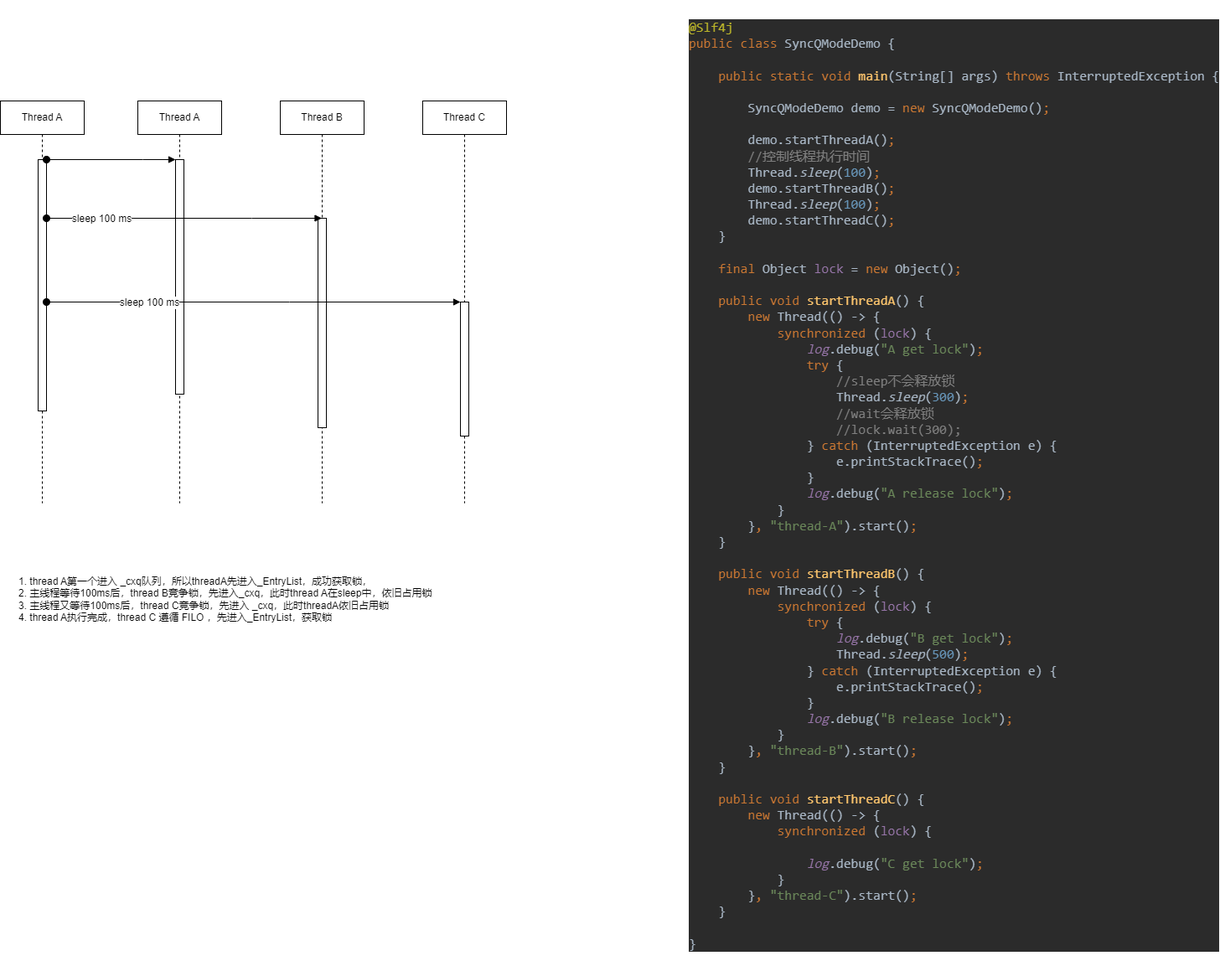
dearliwenhui/mydraw keeps this draw.io diagram as java/juc/synchronize执行优先级.drawio.png. Above is the earlier version. Source tidied: cells renumbered, new cells last; positions are measured from the earlier drawing's top-left corner, leaving out a move shared by most shapes.
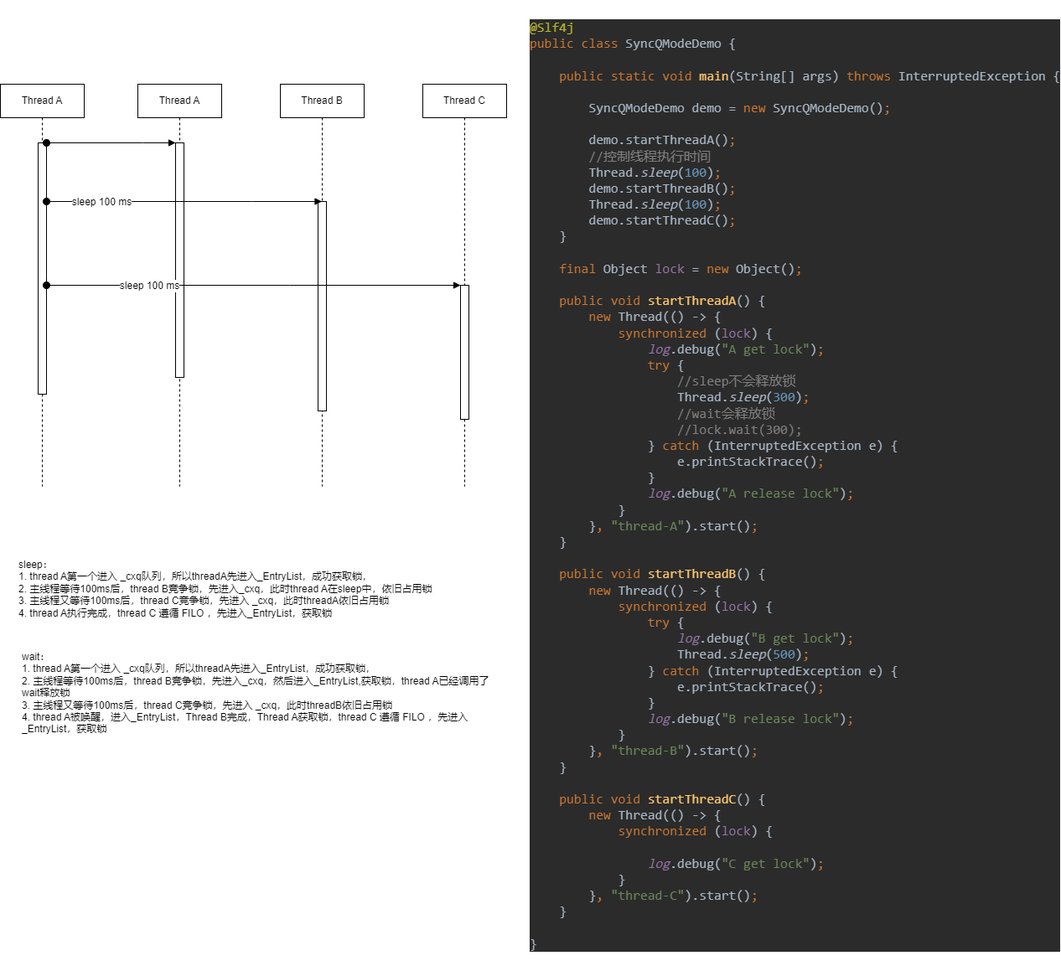
The same file after the commit.

Commit message:
更新synchronize执行优先级.drawio.png

What changed in the source:
```diff
@@ -21,7 +21,7 @@
       <mxGeometry x="45" y="240" width="10" height="160" as="geometry" />
     </mxCell>
     <mxCell id="8" value="&lt;pre style=&quot;background-color:#2b2b2b;color:#a9b7c6;font-family:'Microsoft YaHei Mono',monospace;font-size:12.0pt;&quot;&gt;&lt;span style=&quot;color:#bbb529;&quot;&gt;@Slf4j&lt;br&gt;&lt;/span&gt;&lt;span style=&quot;color:#cc7832;&quot;&gt;public class &lt;/span&gt;SyncQModeDemo {&lt;br&gt;&lt;br&gt;    &lt;span style=&quot;color:#cc7832;&quot;&gt;public static void &lt;/span&gt;&lt;span style=&quot;color:#ffc66d;&quot;&gt;main&lt;/span&gt;(String[] args) &lt;span style=&quot;color:#cc7832;&quot;&gt;throws &lt;/span&gt;InterruptedException {&lt;br&gt;&lt;br&gt;        SyncQModeDemo demo = &lt;span style=&quot;color:#cc7832;&quot;&gt;new &lt;/span&gt;SyncQModeDemo()&lt;span style=&quot;color:#cc7832;&quot;&gt;;&lt;br&gt;&lt;/span&gt;&lt;span style=&quot;color:#cc7832;&quot;&gt;&lt;br&gt;&lt;/span&gt;&lt;span style=&quot;color:#cc7832;&quot;&gt;        &lt;/span&gt;demo.startThreadA()&lt;span style=&quot;color:#cc7832;&quot;&gt;;&lt;br&gt;&lt;/span&gt;&lt;span style=&quot;color:#cc7832;&quot;&gt;        &lt;/span&gt;&lt;span style=&quot;color:#808080;&quot;&gt;//控制线程执行时间&lt;br&gt;&lt;/span&gt;&lt;span style=&quot;color:#808080;&quot;&gt;        &lt;/span&gt;Thread.&lt;span style=&quot;font-style:italic;&quot;&gt;sleep&lt;/span&gt;(&lt;span style=&quot;color:#6897bb;&quot;&gt;100&lt;/span&gt;)&lt;span style=&quot;color:#cc7832;&quot;&gt;;&lt;br&gt;&lt;/span&gt;&lt;span style=&quot;color:#cc7832;&quot;&gt;        &lt;/span&gt;demo.startThreadB()&lt;span style=&quot;color:#cc7832;&quot;&gt;;&lt;br&gt;&lt;/span&gt;&lt;span style=&quot;color:#cc7832;&quot;&gt;        &lt;/span&gt;Thread.&lt;span style=&quot;font-style:italic;&quot;&gt;sleep&lt;/span&gt;(&lt;span style=&quot;color:#6897bb;&quot;&gt;100&lt;/span&gt;)&lt;span style=&quot;color:#cc7832;&quot;&gt;;&lt;br&gt;&lt;/span&gt;&lt;span style=&quot;color:#cc7832;&quot;&gt;        &lt;/span&gt;demo.startThreadC()&lt;span style=&quot;color:#cc7832;&quot;&gt;;&lt;br&gt;&lt;/span&gt;&lt;span style=&quot;color:#cc7832;&quot;&gt;    &lt;/span&gt;}&lt;br&gt;&lt;br&gt;    &lt;span style=&quot;color:#cc7832;&quot;&gt;final &lt;/span&gt;Object &lt;span style=&quot;color:#9876aa;&quot;&gt;lock &lt;/span&gt;= &lt;span style=&quot;color:#cc7832;&quot;&gt;new &lt;/span&gt;Object()&lt;span style=&quot;color:#cc7832;&quot;&gt;;&lt;br&gt;&lt;/span&gt;&lt;span style=&quot;color:#cc7832;&quot;&gt;&lt;br&gt;&lt;/span&gt;&lt;span style=&quot;color:#cc7832;&quot;&gt;    public void &lt;/span&gt;&lt;span style=&quot;color:#ffc66d;&quot;&gt;startThreadA&lt;/span&gt;() {&lt;br&gt;        &lt;span style=&quot;color:#cc7832;&quot;&gt;new &lt;/span&gt;Thread(() -&amp;gt; {&lt;br&gt;            &lt;span style=&quot;color:#cc7832;&quot;&gt;synchronized &lt;/span&gt;(&lt;span style=&quot;color:#9876aa;&quot;&gt;lock&lt;/span&gt;) {&lt;br&gt;                &lt;span style=&quot;color:#9876aa;font-style:italic;&quot;&gt;log&lt;/span&gt;.debug(&lt;span style=&quot;color:#6a8759;&quot;&gt;&quot;A get lock&quot;&lt;/span&gt;)&lt;span style=&quot;color:#cc7832;&quot;&gt;;&lt;br&gt;&lt;/span&gt;&lt;span style=&quot;color:#cc7832;&quot;&gt;                try &lt;/span&gt;{&lt;br&gt;                    &lt;span style=&quot;color:#808080;&quot;&gt;//sleep不会释放锁&lt;br&gt;&lt;/span&gt;&lt;span style=&quot;color:#808080;&quot;&gt;                    &lt;/span&gt;Thread.&lt;span style=&quot;font-style:italic;&quot;&gt;sleep&lt;/span&gt;(&lt;span style=&quot;color:#6897bb;&quot;&gt;300&lt;/span&gt;)&lt;span style=&quot;color:#cc7832;&quot;&gt;;&lt;br&gt;&lt;/span&gt;&lt;span style=&quot;color:#cc7832;&quot;&gt;                    &lt;/span&gt;&lt;span style=&quot;color:#808080;&quot;&gt;//wait会释放锁&lt;br&gt;&lt;/span&gt;&lt;span style=&quot;color:#808080;&quot;&gt;                    //lock.wait(300);&lt;br&gt;&lt;/span&gt;&lt;span style=&quot;color:#808080;&quot;&gt;                &lt;/span&gt;} &lt;span style=&quot;color:#cc7832;&quot;&gt;catch &lt;/span&gt;(InterruptedException e) {&lt;br&gt;                    e.printStackTrace()&lt;span style=&quot;color:#cc7832;&quot;&gt;;&lt;br&gt;&lt;/span&gt;&lt;span style=&quot;color:#cc7832;&quot;&gt;                &lt;/span&gt;}&lt;br&gt;                &lt;span style=&quot;color:#9876aa;font-style:italic;&quot;&gt;log&lt;/span&gt;.debug(&lt;span style=&quot;color:#6a8759;&quot;&gt;&quot;A release lock&quot;&lt;/span&gt;)&lt;span style=&quot;color:#cc7832;&quot;&gt;;&lt;br&gt;&lt;/span&gt;&lt;span style=&quot;color:#cc7832;&quot;&gt;            &lt;/span&gt;}&lt;br&gt;        }&lt;span style=&quot;color:#cc7832;&quot;&gt;, &lt;/span&gt;&lt;span style=&quot;color:#6a8759;&quot;&gt;&quot;thread-A&quot;&lt;/span&gt;).start()&lt;span style=&quot;color:#cc7832;&quot;&gt;;&lt;br&gt;&lt;/span&gt;&lt;span style=&quot;color:#cc7832;&quot;&gt;    &lt;/span&gt;}&lt;br&gt;&lt;br&gt;    &lt;span style=&quot;color:#cc7832;&quot;&gt;public void &lt;/span&gt;&lt;span style=&quot;color:#ffc66d;&quot;&gt;startThreadB&lt;/span&gt;() {&lt;br&gt;        &lt;span style=&quot;color:#cc7832;&quot;&gt;new &lt;/span&gt;Thread(() -&amp;gt; {&lt;br&gt;            &lt;span style=&quot;color:#cc7832;&quot;&gt;synchronized &lt;/span&gt;(&lt;span style=&quot;color:#9876aa;&quot;&gt;lock&lt;/span&gt;) {&lt;br&gt;                &lt;span style=&quot;color:#cc7832;&quot;&gt;try &lt;/span&gt;{&lt;br&gt;                    &lt;span style=&quot;color:#9876aa;font-style:italic;&quot;&gt;log&lt;/span&gt;.debug(&lt;span style=&quot;color:#6a8759;&quot;&gt;&quot;B get lock&quot;&lt;/span&gt;)&lt;span style=&quot;color:#cc7832;&quot;&gt;;&lt;br&gt;&lt;/span&gt;&lt;span style=&quot;color:#cc7832;&quot;&gt;                    &lt;/span&gt;Thread.&lt;span style=&quot;font-style:italic;&quot;&gt;sleep&lt;/span&gt;(&lt;span style=&quot;color:#6897bb;&quot;&gt;500&lt;/span&gt;)&lt;span style=&quot;color:#cc7832;&quot;&gt;;&lt;br&gt;&lt;/span&gt;&lt;span style=&quot;color:#cc7832;&quot;&gt;                &lt;/span&gt;} &lt;span style=&quot;color:#cc7832;&quot;&gt;catch &lt;/span&gt;(InterruptedException e) {&lt;br&gt;                    e.printStackTrace()&lt;span style=&quot;color:#cc7832;&quot;&gt;;&lt;br&gt;&lt;/span&gt;&lt;span style=&quot;color:#cc7832;&quot;&gt;                &lt;/span&gt;}&lt;br&gt;                &lt;span style=&quot;color:#9876aa;font-style:italic;&quot;&gt;log&lt;/span&gt;.debug(&lt;span style=&quot;color:#6a8759;&quot;&gt;&quot;B release lock&quot;&lt;/span&gt;)&lt;span style=&quot;color:#cc7832;&quot;&gt;;&lt;br&gt;&lt;/span&gt;&lt;span style=&quot;color:#cc7832;&quot;&gt;            &lt;/span&gt;}&lt;br&gt;        }&lt;span style=&quot;color:#cc7832;&quot;&gt;, &lt;/span&gt;&lt;span style=&quot;color:#6a8759;&quot;&gt;&quot;thread-B&quot;&lt;/span&gt;).start()&lt;span style=&quot;color:#cc7832;&quot;&gt;;&lt;br&gt;&lt;/span&gt;&lt;span style=&quot;color:#cc7832;&quot;&gt;    &lt;/span&gt;}&lt;br&gt;&lt;br&gt;    &lt;span style=&quot;color:#cc7832;&quot;&gt;public void &lt;/span&gt;&lt;span style=&quot;color:#ffc66d;&quot;&gt;startThreadC&lt;/span&gt;() {&lt;br&gt;        &lt;span style=&quot;color:#cc7832;&quot;&gt;new &lt;/span&gt;Thread(() -&amp;gt; {&lt;br&gt;            &lt;span style=&quot;color:#cc7832;&quot;&gt;synchronized &lt;/span&gt;(&lt;span style=&quot;color:#9876aa;&quot;&gt;lock&lt;/span&gt;) {&lt;br&gt;&lt;br&gt;                &lt;span style=&quot;color:#9876aa;font-style:italic;&quot;&gt;log&lt;/span&gt;.debug(&lt;span style=&quot;color:#6a8759;&quot;&gt;&quot;C get lock&quot;&lt;/span&gt;)&lt;span style=&quot;color:#cc7832;&quot;&gt;;&lt;br&gt;&lt;/span&gt;&lt;span style=&quot;color:#cc7832;&quot;&gt;            &lt;/span&gt;}&lt;br&gt;        }&lt;span style=&quot;color:#cc7832;&quot;&gt;, &lt;/span&gt;&lt;span style=&quot;color:#6a8759;&quot;&gt;&quot;thread-C&quot;&lt;/span&gt;).start()&lt;span style=&quot;color:#cc7832;&quot;&gt;;&lt;br&gt;&lt;/span&gt;&lt;span style=&quot;color:#cc7832;&quot;&gt;    &lt;/span&gt;}&lt;br&gt;&lt;br&gt;}&lt;br&gt;&lt;/pre&gt;" style="text;whiteSpace=wrap;html=1;" parent="1" vertex="1">
-      <mxGeometry x="820" width="630" height="1150" as="geometry" />
+      <mxGeometry x="630" y="20" width="630" height="1150" as="geometry" />
     </mxCell>
     <mxCell id="9" value="Thread A" style="shape=umlLifeline;perimeter=lifelinePerimeter;whiteSpace=wrap;html=1;newEdgeStyle={&quot;edgeStyle&quot;:&quot;elbowEdgeStyle&quot;,&quot;elbow&quot;:&quot;vertical&quot;,&quot;curved&quot;:0,&quot;rounded&quot;:0};" parent="1" vertex="1">
       <mxGeometry y="120" width="100" height="480" as="geometry" />
@@ -61,8 +61,11 @@
         <mxPoint x="-49" y="2" as="offset" />
       </mxGeometry>
     </mxCell>
-    <mxCell id="16" value="1. thread A第一个进入 _cxq队列，所以threadA先进入_EntryList，成功获取锁，&lt;br&gt;2. 主线程等待100ms后，thread B竞争锁，先进入_cxq，此时thread A在sleep中，依旧占用锁&lt;br&gt;3. 主线程又等待100ms后，thread C竞争锁，先进入 _cxq，此时threadA依旧占用锁&lt;br&gt;4. thread A执行完成，thread C 遵循 FILO ，先进入_EntryList，获取锁" style="text;html=1;strokeColor=none;fillColor=none;align=left;verticalAlign=top;whiteSpace=wrap;rounded=0;" parent="1" vertex="1">
-      <mxGeometry x="20" y="680" width="596" height="140" as="geometry" />
+    <mxCell id="16" value="sleep：&lt;br&gt;1. thread A第一个进入 _cxq队列，所以threadA先进入_EntryList，成功获取锁，&lt;br&gt;2. 主线程等待100ms后，thread B竞争锁，先进入_cxq，此时thread A在sleep中，依旧占用锁&lt;br&gt;3. 主线程又等待100ms后，thread C竞争锁，先进入 _cxq，此时threadA依旧占用锁&lt;br&gt;4. thread A执行完成，thread C 遵循 FILO ，先进入_EntryList，获取锁" style="text;html=1;strokeColor=none;fillColor=none;align=left;verticalAlign=top;whiteSpace=wrap;rounded=0;" parent="1" vertex="1">
+      <mxGeometry x="20" y="680" width="580" height="70" as="geometry" />
     </mxCell>
+    <mxCell id="17" value="wait：&lt;br&gt;1. thread A第一个进入 _cxq队列，所以threadA先进入_EntryList，成功获取锁，&lt;br&gt;2. 主线程等待100ms后，thread B竞争锁，先进入_cxq，然后进入_EntryList,获取锁，thread A已经调用了wait释放锁&lt;br&gt;3. 主线程又等待100ms后，thread C竞争锁，先进入 _cxq，此时threadB依旧占用锁&lt;br&gt;4. thread A被唤醒，进入_EntryList，Thread B完成，Thread A获取锁，thread C 遵循 FILO ，先进入_EntryList，获取锁" style="text;html=1;strokeColor=none;fillColor=none;align=left;verticalAlign=top;whiteSpace=wrap;rounded=0;" parent="1" vertex="1">
+      <mxGeometry x="24" y="790" width="566" height="140" as="geometry" />
+    </mxCell>
   </root>
 </mxGraphModel>
```
